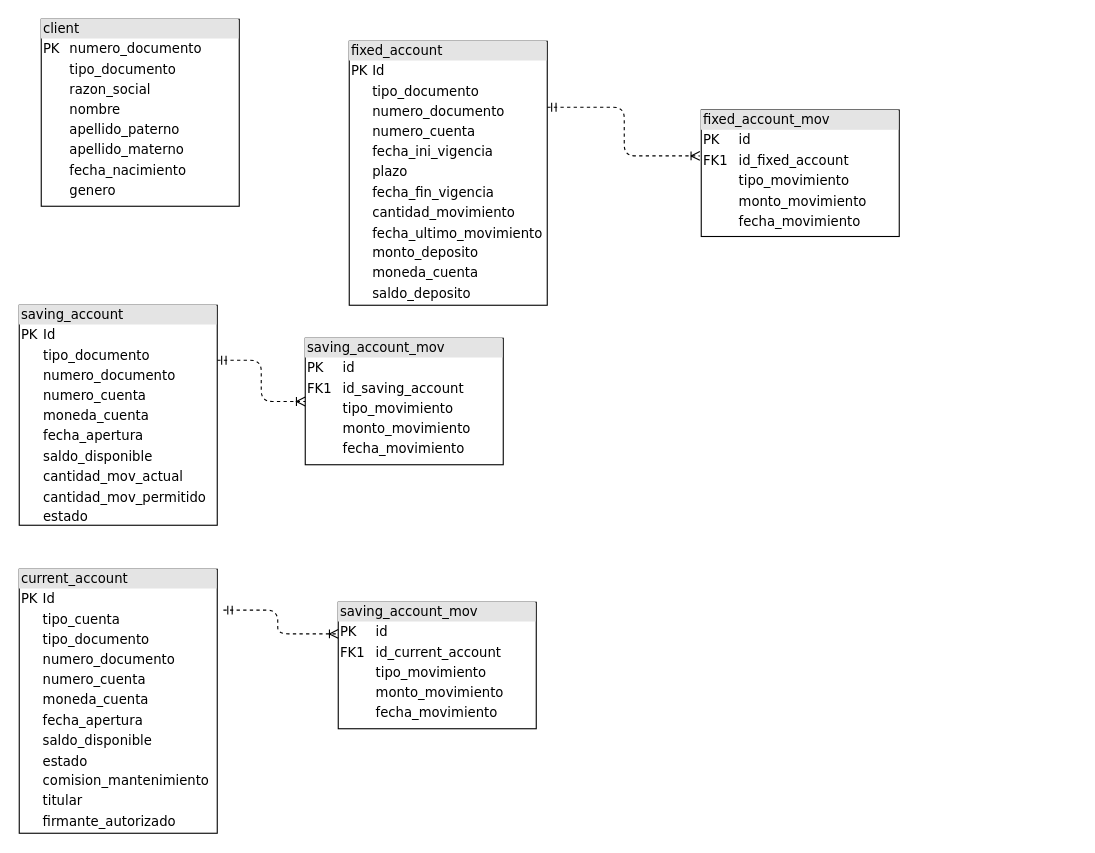
jedaniel/bootcamp_microservicio keeps this draw.io diagram as analisis/estructura de db.drawio. Above is the earlier version. Source tidied: cells renumbered, new cells numbered last; positions are measured from the earlier drawing's top-left corner, leaving out a move shared by most shapes. Both pictures are drawn from the tidied source at 110%, with x=0, y=0 at pixel (19, 19).
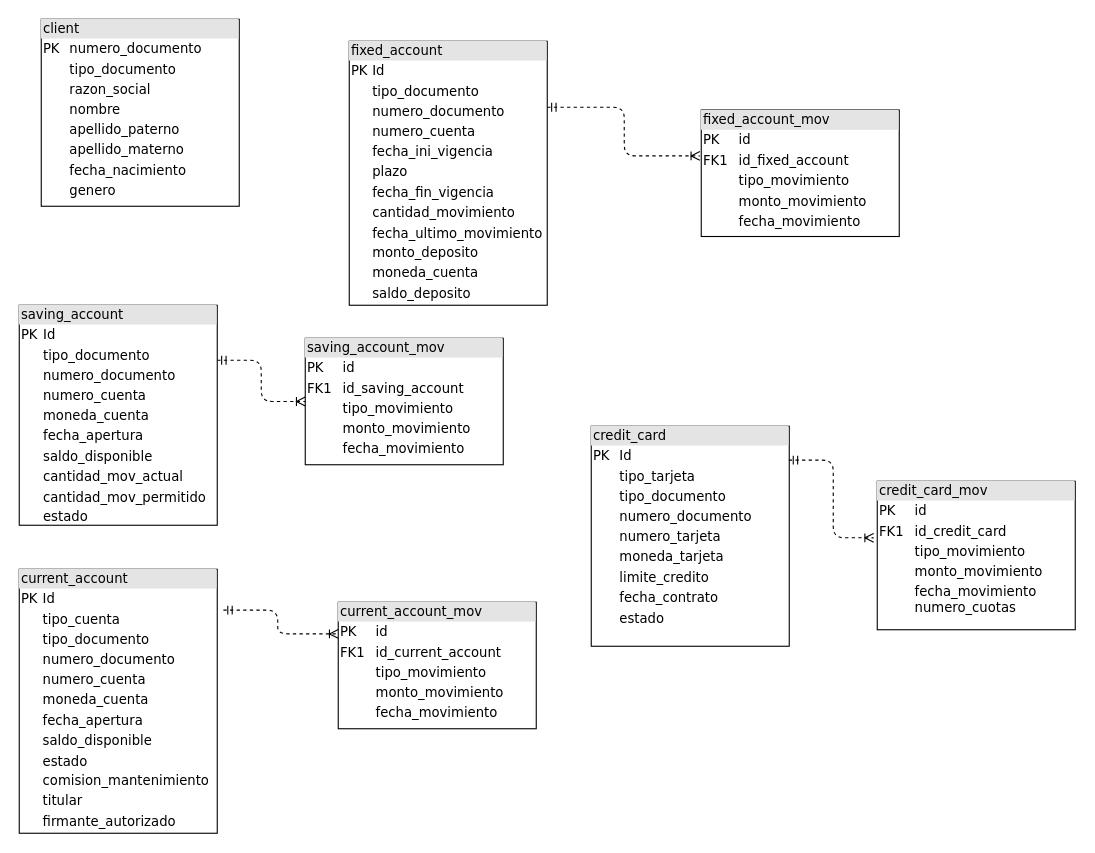
After the change.

What changed in the source:
```diff
@@
 <mxGraphModel>
   <root>
     <mxCell id="0" />
     <mxCell id="1" parent="0" />
     <mxCell id="2" value="&lt;div style=&quot;box-sizing:border-box;width:100%;background:#e4e4e4;padding:2px;&quot;&gt;client&lt;/div&gt;&lt;table style=&quot;width:100%;font-size:1em;&quot; cellpadding=&quot;2&quot; cellspacing=&quot;0&quot;&gt;&lt;tbody&gt;&lt;tr&gt;&lt;td&gt;PK&lt;/td&gt;&lt;td&gt;numero_documento&lt;/td&gt;&lt;/tr&gt;&lt;tr&gt;&lt;td&gt;&lt;br&gt;&lt;/td&gt;&lt;td&gt;tipo_documento&lt;br&gt;&lt;/td&gt;&lt;/tr&gt;&lt;tr&gt;&lt;td&gt;&lt;br&gt;&lt;/td&gt;&lt;td&gt;razon_social&lt;/td&gt;&lt;/tr&gt;&lt;tr&gt;&lt;td&gt;&lt;/td&gt;&lt;td&gt;nombre&lt;/td&gt;&lt;/tr&gt;&lt;tr&gt;&lt;td&gt;&lt;br&gt;&lt;/td&gt;&lt;td&gt;apellido_paterno&lt;/td&gt;&lt;/tr&gt;&lt;tr&gt;&lt;td&gt;&lt;br&gt;&lt;/td&gt;&lt;td&gt;apellido_materno&lt;/td&gt;&lt;/tr&gt;&lt;tr&gt;&lt;td&gt;&lt;br&gt;&lt;/td&gt;&lt;td&gt;fecha_nacimiento&lt;/td&gt;&lt;/tr&gt;&lt;tr&gt;&lt;td&gt;&lt;br&gt;&lt;/td&gt;&lt;td&gt;genero&lt;/td&gt;&lt;/tr&gt;&lt;tr&gt;&lt;td&gt;&lt;br&gt;&lt;/td&gt;&lt;td&gt;&lt;br&gt;&lt;/td&gt;&lt;/tr&gt;&lt;/tbody&gt;&lt;/table&gt;" style="verticalAlign=top;align=left;overflow=fill;html=1;rounded=0;shadow=0;comic=0;labelBackgroundColor=none;strokeWidth=1;fontFamily=Verdana;fontSize=12;" parent="1" vertex="1">
       <mxGeometry x="20" width="180" height="170" as="geometry" />
     </mxCell>
     <mxCell id="3" value="&lt;div style=&quot;box-sizing:border-box;width:100%;background:#e4e4e4;padding:2px;&quot;&gt;fixed_account&lt;/div&gt;&lt;table style=&quot;width:100%;font-size:1em;&quot; cellpadding=&quot;2&quot; cellspacing=&quot;0&quot;&gt;&lt;tbody&gt;&lt;tr&gt;&lt;td&gt;PK&lt;/td&gt;&lt;td&gt;Id&lt;/td&gt;&lt;/tr&gt;&lt;tr&gt;&lt;td&gt;&lt;br&gt;&lt;/td&gt;&lt;td&gt;tipo_documento&lt;/td&gt;&lt;/tr&gt;&lt;tr&gt;&lt;td&gt;&lt;/td&gt;&lt;td&gt;numero_documento&lt;br&gt;&lt;/td&gt;&lt;/tr&gt;&lt;tr&gt;&lt;td&gt;&lt;br&gt;&lt;/td&gt;&lt;td&gt;numero_cuenta&lt;br&gt;&lt;/td&gt;&lt;/tr&gt;&lt;tr&gt;&lt;td&gt;&lt;br&gt;&lt;/td&gt;&lt;td&gt;fecha_ini_vigencia&lt;/td&gt;&lt;/tr&gt;&lt;tr&gt;&lt;td&gt;&lt;br&gt;&lt;/td&gt;&lt;td&gt;plazo&lt;/td&gt;&lt;/tr&gt;&lt;tr&gt;&lt;td&gt;&lt;br&gt;&lt;/td&gt;&lt;td&gt;fecha_fin_vigencia&lt;/td&gt;&lt;/tr&gt;&lt;tr&gt;&lt;td&gt;&lt;br&gt;&lt;/td&gt;&lt;td&gt;cantidad_movimiento&lt;/td&gt;&lt;/tr&gt;&lt;tr&gt;&lt;td&gt;&lt;br&gt;&lt;/td&gt;&lt;td&gt;fecha_ultimo_movimiento&lt;/td&gt;&lt;/tr&gt;&lt;tr&gt;&lt;td&gt;&lt;br&gt;&lt;/td&gt;&lt;td&gt;monto_deposito&lt;/td&gt;&lt;/tr&gt;&lt;tr&gt;&lt;td&gt;&lt;br&gt;&lt;/td&gt;&lt;td&gt;moneda_cuenta&lt;/td&gt;&lt;/tr&gt;&lt;tr&gt;&lt;td&gt;&lt;br&gt;&lt;/td&gt;&lt;td&gt;saldo_deposito&lt;/td&gt;&lt;/tr&gt;&lt;/tbody&gt;&lt;/table&gt;" style="verticalAlign=top;align=left;overflow=fill;html=1;rounded=0;shadow=0;comic=0;labelBackgroundColor=none;strokeWidth=1;fontFamily=Verdana;fontSize=12;" parent="1" vertex="1">
       <mxGeometry x="300" y="20" width="180" height="240" as="geometry" />
     </mxCell>
     <mxCell id="4" value="&lt;div style=&quot;box-sizing:border-box;width:100%;background:#e4e4e4;padding:2px;&quot;&gt;fixed_account_mov&lt;/div&gt;&lt;table style=&quot;width:100%;font-size:1em;&quot; cellpadding=&quot;2&quot; cellspacing=&quot;0&quot;&gt;&lt;tbody&gt;&lt;tr&gt;&lt;td&gt;PK&lt;/td&gt;&lt;td&gt;id&lt;/td&gt;&lt;/tr&gt;&lt;tr&gt;&lt;td&gt;FK1&lt;/td&gt;&lt;td&gt;id_fixed_account&lt;/td&gt;&lt;/tr&gt;&lt;tr&gt;&lt;td&gt;&lt;/td&gt;&lt;td&gt;tipo_movimiento&lt;/td&gt;&lt;/tr&gt;&lt;tr&gt;&lt;td&gt;&lt;br&gt;&lt;/td&gt;&lt;td&gt;monto_movimiento&lt;/td&gt;&lt;/tr&gt;&lt;tr&gt;&lt;td&gt;&lt;br&gt;&lt;/td&gt;&lt;td&gt;fecha_movimiento&lt;/td&gt;&lt;/tr&gt;&lt;/tbody&gt;&lt;/table&gt;" style="verticalAlign=top;align=left;overflow=fill;html=1;rounded=0;shadow=0;comic=0;labelBackgroundColor=none;strokeWidth=1;fontFamily=Verdana;fontSize=12;" parent="1" vertex="1">
       <mxGeometry x="620" y="82.5" width="180" height="115" as="geometry" />
     </mxCell>
     <mxCell id="5" style="edgeStyle=orthogonalEdgeStyle;html=1;dashed=1;labelBackgroundColor=none;startArrow=ERmandOne;endArrow=ERoneToMany;fontFamily=Verdana;fontSize=12;align=left;exitX=1;exitY=0.25;exitDx=0;exitDy=0;entryX=-0.007;entryY=0.363;entryDx=0;entryDy=0;entryPerimeter=0;" parent="1" edge="1" source="3" target="4">
       <mxGeometry relative="1" as="geometry" />
     </mxCell>
     <mxCell id="6" value="&lt;div style=&quot;box-sizing:border-box;width:100%;background:#e4e4e4;padding:2px;&quot;&gt;saving_account&lt;/div&gt;&lt;table style=&quot;width:100%;font-size:1em;&quot; cellpadding=&quot;2&quot; cellspacing=&quot;0&quot;&gt;&lt;tbody&gt;&lt;tr&gt;&lt;td&gt;PK&lt;/td&gt;&lt;td&gt;Id&lt;/td&gt;&lt;/tr&gt;&lt;tr&gt;&lt;td&gt;&lt;br&gt;&lt;/td&gt;&lt;td&gt;tipo_documento&lt;/td&gt;&lt;/tr&gt;&lt;tr&gt;&lt;td&gt;&lt;/td&gt;&lt;td&gt;numero_documento&lt;br&gt;&lt;/td&gt;&lt;/tr&gt;&lt;tr&gt;&lt;td&gt;&lt;br&gt;&lt;/td&gt;&lt;td&gt;numero_cuenta&lt;br&gt;&lt;/td&gt;&lt;/tr&gt;&lt;tr&gt;&lt;td&gt;&lt;br&gt;&lt;/td&gt;&lt;td&gt;moneda_cuenta&lt;/td&gt;&lt;/tr&gt;&lt;tr&gt;&lt;td&gt;&lt;br&gt;&lt;/td&gt;&lt;td&gt;fecha_apertura&lt;/td&gt;&lt;/tr&gt;&lt;tr&gt;&lt;td&gt;&lt;br&gt;&lt;/td&gt;&lt;td&gt;saldo_disponible&lt;/td&gt;&lt;/tr&gt;&lt;tr&gt;&lt;td&gt;&lt;br&gt;&lt;/td&gt;&lt;td&gt;cantidad_mov_actual&lt;/td&gt;&lt;/tr&gt;&lt;tr&gt;&lt;td&gt;&lt;br&gt;&lt;/td&gt;&lt;td&gt;cantidad_mov_permitido&lt;/td&gt;&lt;/tr&gt;&lt;tr&gt;&lt;td&gt;&lt;br&gt;&lt;/td&gt;&lt;td&gt;estado&lt;/td&gt;&lt;/tr&gt;&lt;/tbody&gt;&lt;/table&gt;" style="verticalAlign=top;align=left;overflow=fill;html=1;rounded=0;shadow=0;comic=0;labelBackgroundColor=none;strokeWidth=1;fontFamily=Verdana;fontSize=12;" parent="1" vertex="1">
       <mxGeometry y="260" width="180" height="200" as="geometry" />
     </mxCell>
     <mxCell id="7" value="&lt;div style=&quot;box-sizing:border-box;width:100%;background:#e4e4e4;padding:2px;&quot;&gt;saving_account_mov&lt;/div&gt;&lt;table style=&quot;width:100%;font-size:1em;&quot; cellpadding=&quot;2&quot; cellspacing=&quot;0&quot;&gt;&lt;tbody&gt;&lt;tr&gt;&lt;td&gt;PK&lt;/td&gt;&lt;td&gt;id&lt;/td&gt;&lt;/tr&gt;&lt;tr&gt;&lt;td&gt;FK1&lt;/td&gt;&lt;td&gt;id_saving_account&lt;/td&gt;&lt;/tr&gt;&lt;tr&gt;&lt;td&gt;&lt;/td&gt;&lt;td&gt;tipo_movimiento&lt;/td&gt;&lt;/tr&gt;&lt;tr&gt;&lt;td&gt;&lt;br&gt;&lt;/td&gt;&lt;td&gt;monto_movimiento&lt;/td&gt;&lt;/tr&gt;&lt;tr&gt;&lt;td&gt;&lt;br&gt;&lt;/td&gt;&lt;td&gt;fecha_movimiento&lt;/td&gt;&lt;/tr&gt;&lt;/tbody&gt;&lt;/table&gt;" style="verticalAlign=top;align=left;overflow=fill;html=1;rounded=0;shadow=0;comic=0;labelBackgroundColor=none;strokeWidth=1;fontFamily=Verdana;fontSize=12;" parent="1" vertex="1">
       <mxGeometry x="260" y="290" width="180" height="115" as="geometry" />
     </mxCell>
     <mxCell id="8" style="edgeStyle=orthogonalEdgeStyle;html=1;dashed=1;labelBackgroundColor=none;startArrow=ERmandOne;endArrow=ERoneToMany;fontFamily=Verdana;fontSize=12;align=left;exitX=1;exitY=0.25;exitDx=0;exitDy=0;entryX=0;entryY=0.5;entryDx=0;entryDy=0;" parent="1" edge="1" source="6" target="7">
       <mxGeometry relative="1" as="geometry" />
     </mxCell>
     <mxCell id="9" value="&lt;div style=&quot;box-sizing:border-box;width:100%;background:#e4e4e4;padding:2px;&quot;&gt;current_account&lt;/div&gt;&lt;table style=&quot;width:100%;font-size:1em;&quot; cellpadding=&quot;2&quot; cellspacing=&quot;0&quot;&gt;&lt;tbody&gt;&lt;tr&gt;&lt;td&gt;PK&lt;/td&gt;&lt;td&gt;Id&lt;/td&gt;&lt;/tr&gt;&lt;tr&gt;&lt;td&gt;&lt;br&gt;&lt;/td&gt;&lt;td&gt;tipo_cuenta&lt;/td&gt;&lt;/tr&gt;&lt;tr&gt;&lt;td&gt;&lt;br&gt;&lt;/td&gt;&lt;td&gt;tipo_documento&lt;/td&gt;&lt;/tr&gt;&lt;tr&gt;&lt;td&gt;&lt;/td&gt;&lt;td&gt;numero_documento&lt;br&gt;&lt;/td&gt;&lt;/tr&gt;&lt;tr&gt;&lt;td&gt;&lt;br&gt;&lt;/td&gt;&lt;td&gt;numero_cuenta&lt;br&gt;&lt;/td&gt;&lt;/tr&gt;&lt;tr&gt;&lt;td&gt;&lt;br&gt;&lt;/td&gt;&lt;td&gt;moneda_cuenta&lt;/td&gt;&lt;/tr&gt;&lt;tr&gt;&lt;td&gt;&lt;br&gt;&lt;/td&gt;&lt;td&gt;fecha_apertura&lt;/td&gt;&lt;/tr&gt;&lt;tr&gt;&lt;td&gt;&lt;br&gt;&lt;/td&gt;&lt;td&gt;saldo_disponible&lt;/td&gt;&lt;/tr&gt;&lt;tr&gt;&lt;td&gt;&lt;br&gt;&lt;/td&gt;&lt;td&gt;estado&lt;/td&gt;&lt;/tr&gt;&lt;tr&gt;&lt;td&gt;&lt;br&gt;&lt;/td&gt;&lt;td&gt;comision_mantenimiento&lt;/td&gt;&lt;/tr&gt;&lt;tr&gt;&lt;td&gt;&lt;br&gt;&lt;/td&gt;&lt;td&gt;titular&lt;/td&gt;&lt;/tr&gt;&lt;tr&gt;&lt;td&gt;&lt;br&gt;&lt;/td&gt;&lt;td&gt;firmante_autorizado&lt;/td&gt;&lt;/tr&gt;&lt;/tbody&gt;&lt;/table&gt;" style="verticalAlign=top;align=left;overflow=fill;html=1;rounded=0;shadow=0;comic=0;labelBackgroundColor=none;strokeWidth=1;fontFamily=Verdana;fontSize=12;" parent="1" vertex="1">
       <mxGeometry y="500" width="180" height="240" as="geometry" />
     </mxCell>
-    <mxCell id="10" value="&lt;div style=&quot;box-sizing:border-box;width:100%;background:#e4e4e4;padding:2px;&quot;&gt;saving_account_mov&lt;/div&gt;&lt;table style=&quot;width:100%;font-size:1em;&quot; cellpadding=&quot;2&quot; cellspacing=&quot;0&quot;&gt;&lt;tbody&gt;&lt;tr&gt;&lt;td&gt;PK&lt;/td&gt;&lt;td&gt;id&lt;/td&gt;&lt;/tr&gt;&lt;tr&gt;&lt;td&gt;FK1&lt;/td&gt;&lt;td&gt;id_current_account&lt;/td&gt;&lt;/tr&gt;&lt;tr&gt;&lt;td&gt;&lt;/td&gt;&lt;td&gt;tipo_movimiento&lt;/td&gt;&lt;/tr&gt;&lt;tr&gt;&lt;td&gt;&lt;br&gt;&lt;/td&gt;&lt;td&gt;monto_movimiento&lt;/td&gt;&lt;/tr&gt;&lt;tr&gt;&lt;td&gt;&lt;br&gt;&lt;/td&gt;&lt;td&gt;fecha_movimiento&lt;/td&gt;&lt;/tr&gt;&lt;/tbody&gt;&lt;/table&gt;" style="verticalAlign=top;align=left;overflow=fill;html=1;rounded=0;shadow=0;comic=0;labelBackgroundColor=none;strokeWidth=1;fontFamily=Verdana;fontSize=12;" parent="1" vertex="1">
+    <mxCell id="10" value="&lt;div style=&quot;box-sizing:border-box;width:100%;background:#e4e4e4;padding:2px;&quot;&gt;current_account_mov&lt;/div&gt;&lt;table style=&quot;width:100%;font-size:1em;&quot; cellpadding=&quot;2&quot; cellspacing=&quot;0&quot;&gt;&lt;tbody&gt;&lt;tr&gt;&lt;td&gt;PK&lt;/td&gt;&lt;td&gt;id&lt;/td&gt;&lt;/tr&gt;&lt;tr&gt;&lt;td&gt;FK1&lt;/td&gt;&lt;td&gt;id_current_account&lt;/td&gt;&lt;/tr&gt;&lt;tr&gt;&lt;td&gt;&lt;/td&gt;&lt;td&gt;tipo_movimiento&lt;/td&gt;&lt;/tr&gt;&lt;tr&gt;&lt;td&gt;&lt;br&gt;&lt;/td&gt;&lt;td&gt;monto_movimiento&lt;/td&gt;&lt;/tr&gt;&lt;tr&gt;&lt;td&gt;&lt;br&gt;&lt;/td&gt;&lt;td&gt;fecha_movimiento&lt;/td&gt;&lt;/tr&gt;&lt;/tbody&gt;&lt;/table&gt;" style="verticalAlign=top;align=left;overflow=fill;html=1;rounded=0;shadow=0;comic=0;labelBackgroundColor=none;strokeWidth=1;fontFamily=Verdana;fontSize=12;" parent="1" vertex="1">
       <mxGeometry x="290" y="530" width="180" height="115" as="geometry" />
     </mxCell>
     <mxCell id="11" style="edgeStyle=orthogonalEdgeStyle;html=1;dashed=1;labelBackgroundColor=none;startArrow=ERmandOne;endArrow=ERoneToMany;fontFamily=Verdana;fontSize=12;align=left;exitX=1.031;exitY=0.155;exitDx=0;exitDy=0;entryX=0;entryY=0.25;entryDx=0;entryDy=0;exitPerimeter=0;" parent="1" edge="1" source="9" target="10">
       <mxGeometry relative="1" as="geometry" />
     </mxCell>
+    <mxCell id="12" value="&lt;div style=&quot;box-sizing:border-box;width:100%;background:#e4e4e4;padding:2px;&quot;&gt;credit_card&lt;/div&gt;&lt;table style=&quot;width:100%;font-size:1em;&quot; cellpadding=&quot;2&quot; cellspacing=&quot;0&quot;&gt;&lt;tbody&gt;&lt;tr&gt;&lt;td&gt;PK&lt;/td&gt;&lt;td&gt;Id&lt;/td&gt;&lt;/tr&gt;&lt;tr&gt;&lt;td&gt;&lt;br&gt;&lt;/td&gt;&lt;td&gt;tipo_tarjeta&lt;/td&gt;&lt;/tr&gt;&lt;tr&gt;&lt;td&gt;&lt;br&gt;&lt;/td&gt;&lt;td&gt;tipo_documento&lt;/td&gt;&lt;/tr&gt;&lt;tr&gt;&lt;td&gt;&lt;/td&gt;&lt;td&gt;numero_documento&lt;br&gt;&lt;/td&gt;&lt;/tr&gt;&lt;tr&gt;&lt;td&gt;&lt;br&gt;&lt;/td&gt;&lt;td&gt;numero_tarjeta&lt;/td&gt;&lt;/tr&gt;&lt;tr&gt;&lt;td&gt;&lt;br&gt;&lt;/td&gt;&lt;td&gt;moneda_tarjeta&lt;/td&gt;&lt;/tr&gt;&lt;tr&gt;&lt;td&gt;&lt;br&gt;&lt;/td&gt;&lt;td&gt;limite_credito&lt;/td&gt;&lt;/tr&gt;&lt;tr&gt;&lt;td&gt;&lt;br&gt;&lt;/td&gt;&lt;td&gt;fecha_contrato&lt;/td&gt;&lt;/tr&gt;&lt;tr&gt;&lt;td&gt;&lt;br&gt;&lt;/td&gt;&lt;td&gt;estado&lt;/td&gt;&lt;/tr&gt;&lt;/tbody&gt;&lt;/table&gt;" style="verticalAlign=top;align=left;overflow=fill;html=1;rounded=0;shadow=0;comic=0;labelBackgroundColor=none;strokeWidth=1;fontFamily=Verdana;fontSize=12;" parent="1" vertex="1">
+      <mxGeometry x="520" y="370" width="180" height="200" as="geometry" />
+    </mxCell>
+    <mxCell id="13" value="&lt;div style=&quot;box-sizing:border-box;width:100%;background:#e4e4e4;padding:2px;&quot;&gt;credit_card_mov&lt;/div&gt;&lt;table style=&quot;width:100%;font-size:1em;&quot; cellpadding=&quot;2&quot; cellspacing=&quot;0&quot;&gt;&lt;tbody&gt;&lt;tr&gt;&lt;td&gt;PK&lt;/td&gt;&lt;td&gt;id&lt;/td&gt;&lt;/tr&gt;&lt;tr&gt;&lt;td&gt;FK1&lt;/td&gt;&lt;td&gt;id_credit_card&lt;/td&gt;&lt;/tr&gt;&lt;tr&gt;&lt;td&gt;&lt;/td&gt;&lt;td&gt;tipo_movimiento&lt;/td&gt;&lt;/tr&gt;&lt;tr&gt;&lt;td&gt;&lt;br&gt;&lt;/td&gt;&lt;td&gt;monto_movimiento&lt;/td&gt;&lt;/tr&gt;&lt;tr&gt;&lt;td&gt;&lt;br&gt;&lt;/td&gt;&lt;td&gt;fecha_movimiento&lt;br&gt;numero_cuotas&lt;/td&gt;&lt;/tr&gt;&lt;tr&gt;&lt;td&gt;&lt;br&gt;&lt;/td&gt;&lt;td&gt;&lt;br&gt;&lt;/td&gt;&lt;/tr&gt;&lt;/tbody&gt;&lt;/table&gt;" style="verticalAlign=top;align=left;overflow=fill;html=1;rounded=0;shadow=0;comic=0;labelBackgroundColor=none;strokeWidth=1;fontFamily=Verdana;fontSize=12;" parent="1" vertex="1">
+      <mxGeometry x="780" y="420" width="180" height="135" as="geometry" />
+    </mxCell>
+    <mxCell id="14" style="edgeStyle=orthogonalEdgeStyle;html=1;dashed=1;labelBackgroundColor=none;startArrow=ERmandOne;endArrow=ERoneToMany;fontFamily=Verdana;fontSize=12;align=left;exitX=0.998;exitY=0.154;exitDx=0;exitDy=0;exitPerimeter=0;entryX=-0.018;entryY=0.381;entryDx=0;entryDy=0;entryPerimeter=0;" parent="1" edge="1" source="12" target="13">
+      <mxGeometry relative="1" as="geometry" />
+    </mxCell>
   </root>
 </mxGraphModel>
```
